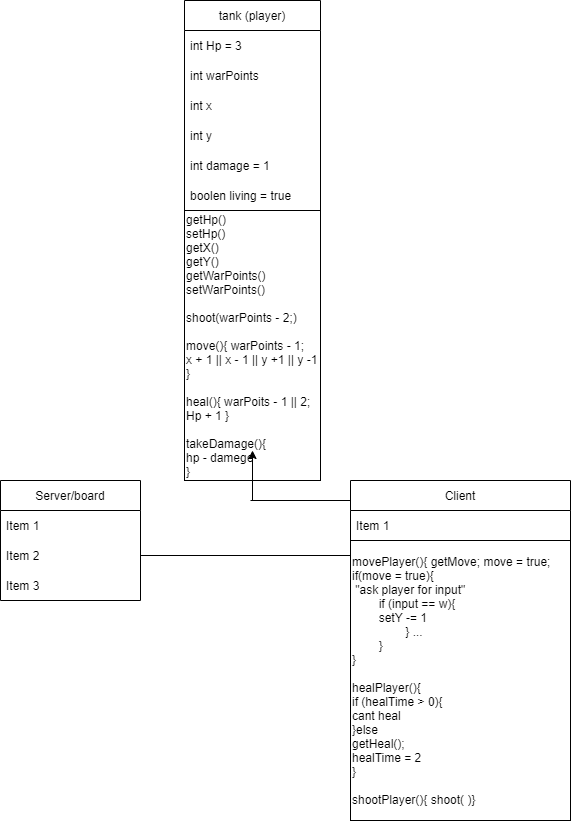
Before: document/Untitled Diagram.drawio.png, a diagram exported from draw.io (Timpan42/slutprojekt_programering_2023). Source tidied: cells renumbered, new cells last; positions are measured from the earlier drawing's top-left corner, leaving out a move shared by most shapes.
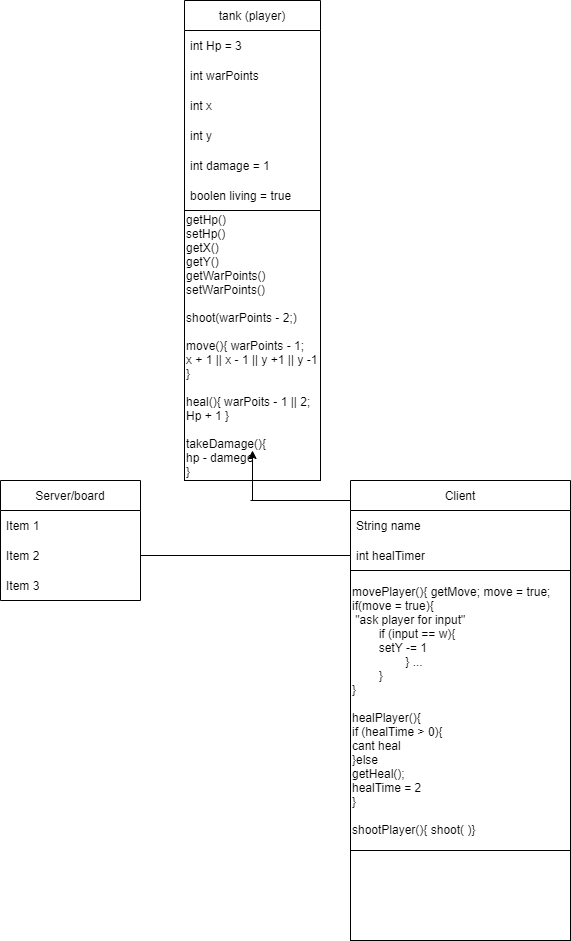
After the change.

Commit message:
Funktion för att skjuta andra spelare, om man blir skjuten och om spelaren dör. Namn för framtiden och healTimer så man inte kan spamma den.

The edit, as a diff of the source:
```diff
@@ -39,14 +39,20 @@
       <mxGeometry y="90" width="140" height="30" as="geometry" />
     </mxCell>
     <mxCell id="14" value="Client" style="swimlane;fontStyle=0;horizontal=1;startSize=30;whiteSpace=wrap;html=1;" parent="1" vertex="1">
-      <mxGeometry x="350" y="480" width="220" height="340" as="geometry" />
+      <mxGeometry x="350" y="480" width="220" height="460" as="geometry" />
     </mxCell>
-    <mxCell id="15" value="Item 1" style="text;strokeColor=none;fillColor=none;align=left;verticalAlign=middle;spacingLeft=4;spacingRight=4;overflow=hidden;whiteSpace=wrap;html=1;" parent="14" vertex="1">
+    <mxCell id="15" value="String name" style="text;strokeColor=none;fillColor=none;align=left;verticalAlign=middle;spacingLeft=4;spacingRight=4;overflow=hidden;whiteSpace=wrap;html=1;" parent="14" vertex="1">
       <mxGeometry y="30" width="220" height="30" as="geometry" />
     </mxCell>
+    <mxCell id="20" value="int healTimer" style="text;strokeColor=none;fillColor=none;align=left;verticalAlign=middle;spacingLeft=4;spacingRight=4;overflow=hidden;whiteSpace=wrap;html=1;" parent="14" vertex="1">
+      <mxGeometry y="60" width="220" height="30" as="geometry" />
+    </mxCell>
     <mxCell id="16" value="movePlayer(){ getMove; move = true;&lt;br&gt;if(move = true){&lt;br&gt;&amp;nbsp;&quot;ask player for input&quot;&amp;nbsp;&lt;br&gt;&lt;span style=&quot;white-space: pre;&quot;&gt;&#9;&lt;/span&gt;if (input == w){&lt;br&gt;&lt;span style=&quot;white-space: pre;&quot;&gt;&#9;&lt;/span&gt;setY -= 1&lt;br&gt;&lt;span style=&quot;white-space: pre;&quot;&gt;&#9;&lt;/span&gt;&lt;span style=&quot;white-space: pre;&quot;&gt;&#9;&lt;/span&gt;} ...&lt;br&gt;&lt;span style=&quot;white-space: pre;&quot;&gt;&#9;&lt;/span&gt;}&lt;br&gt;}&lt;br&gt;&lt;br&gt;healPlayer(){&lt;br&gt;if (healTime &amp;gt; 0){&lt;br&gt;cant heal&lt;br&gt;}else&lt;br&gt;getHeal();&lt;br&gt;healTime = 2&lt;br&gt;}&lt;br&gt;&lt;br&gt;shootPlayer(){ shoot( )}" style="rounded=0;whiteSpace=wrap;html=1;align=left;fillColor=default;" parent="14" vertex="1">
-      <mxGeometry y="60" width="220" height="280" as="geometry" />
+      <mxGeometry y="90" width="220" height="280" as="geometry" />
     </mxCell>
+    <mxCell id="21" style="rounded=0;whiteSpace=wrap;html=1;align=left;" parent="14" vertex="1">
+      <mxGeometry y="370" width="220" height="90" as="geometry" />
+    </mxCell>
     <mxCell id="17" style="endArrow=classic;html=1;rounded=0;" parent="1" edge="1">
       <mxGeometry relative="1" as="geometry">
         <mxPoint x="252" y="500" as="sourcePoint" />
```
